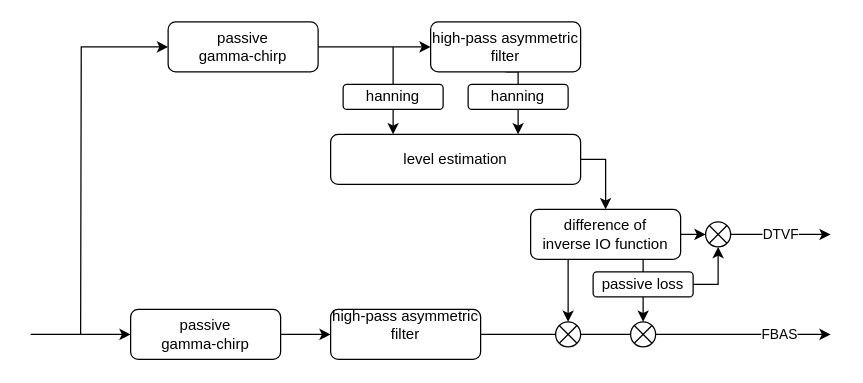
dirkbr/draw.io keeps this draw.io diagram as WHIS-Blockdiagramm-analysis.drawio. Above is the earlier version. Source tidied: cells renumbered, new cells numbered last; positions are measured from the earlier drawing's top-left corner, leaving out a move shared by most shapes. Both pictures are drawn from the tidied source at 125%, with x=0, y=0 at pixel (30, 21).
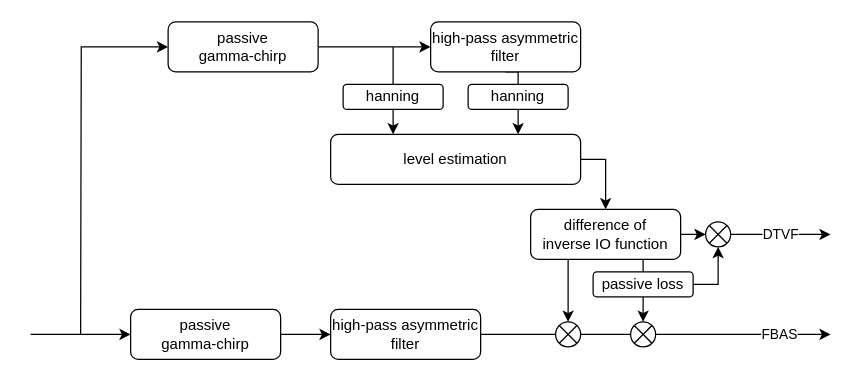
Above is the later version.

Diff of the diagram source:
```diff
@@
-    <mxCell id="22" value="&lt;span class=&quot;fontstyle0&quot;&gt;high-pass asymmetric filter&lt;/span&gt; &lt;div&gt;&lt;br/&gt;&lt;/div&gt;" style="rounded=1;whiteSpace=wrap;html=1;" parent="1" vertex="1">
+    <mxCell id="22" value="&lt;span class=&quot;fontstyle0&quot;&gt;high-pass asymmetric filter&lt;/span&gt; " style="rounded=1;whiteSpace=wrap;html=1;" parent="1" vertex="1">
       <mxGeometry x="240" y="230" width="120" height="40" as="geometry" />
     </mxCell>
```
